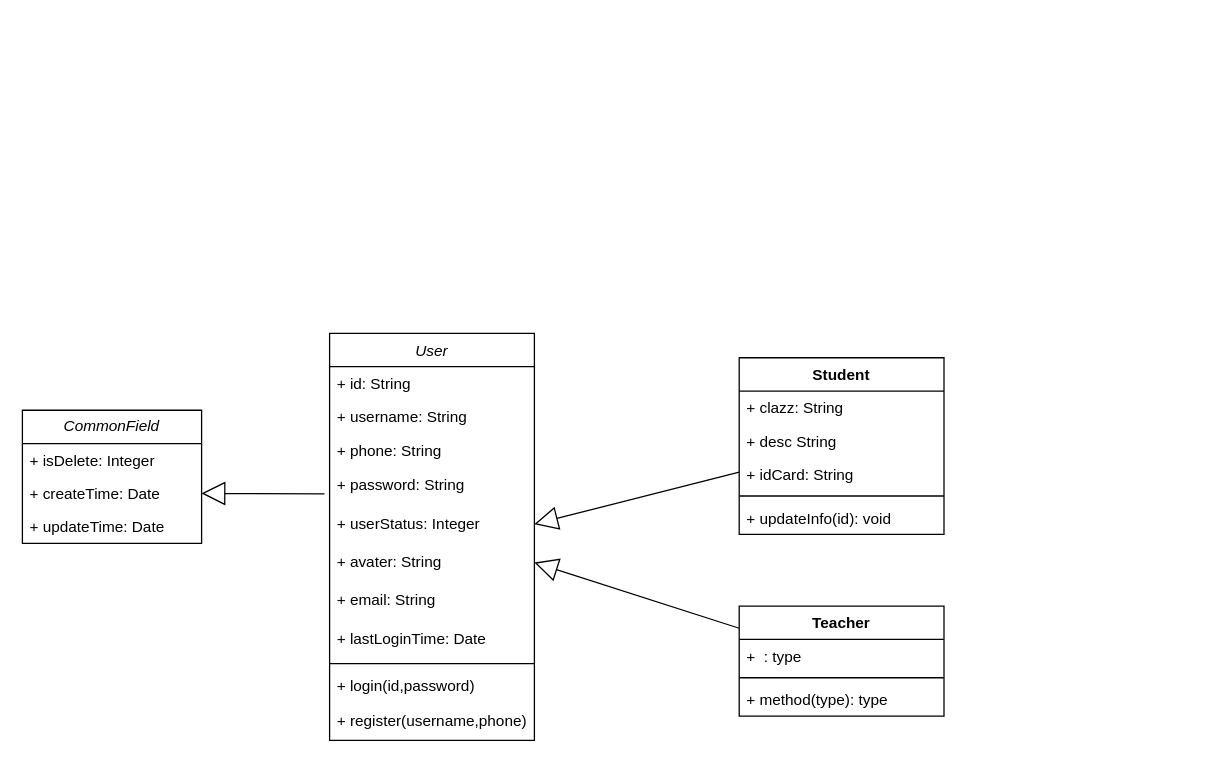
Above: 软工类图.drawio in Wishlove09/drawio (draw.io), before the change. Source tidied: cells renumbered, new cells numbered last; positions are measured from the earlier drawing's top-left corner, leaving out a move shared by most shapes. Both pictures are drawn from the tidied source at 128%, with x=0, y=0 at pixel (22, 333).
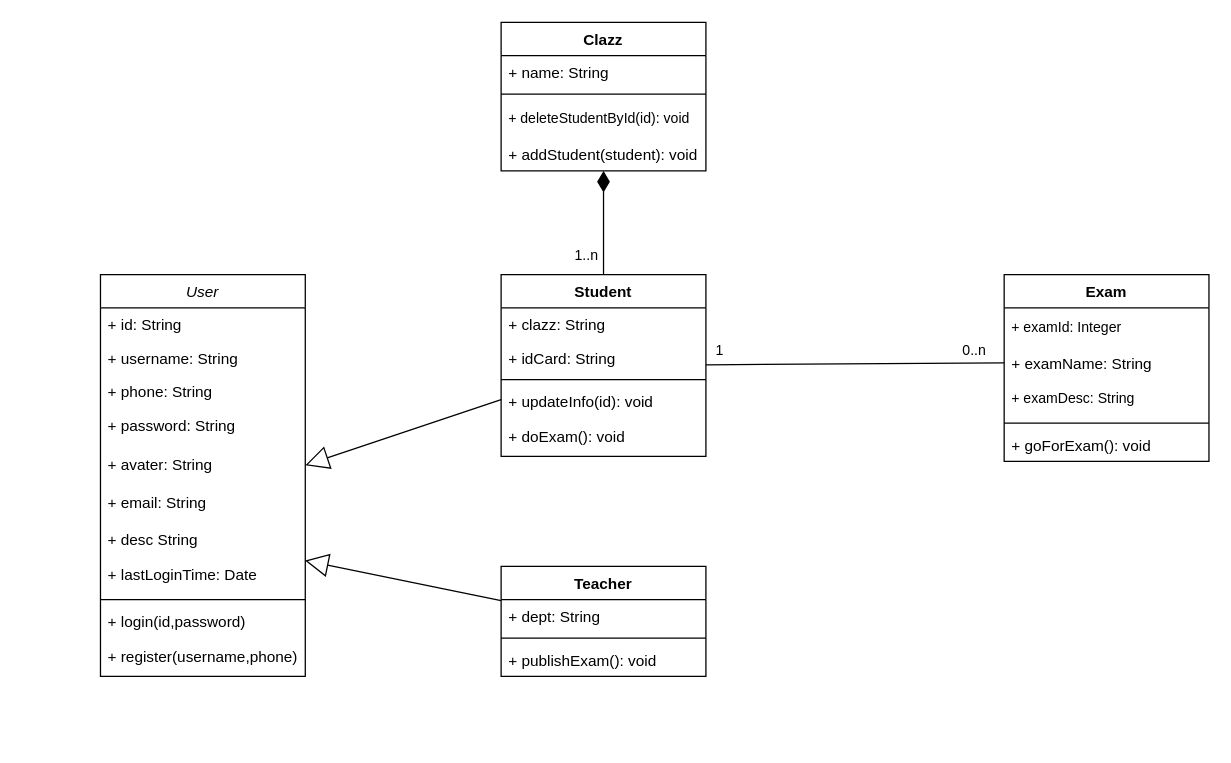
After the change.

Commit message (it also covers changes not shown here):
更新软工类图.drawio

The change refers to these unchanged cells:
```xml
<mxCell id="6" value="+ password: String" style="text;strokeColor=none;fillColor=none;align=left;verticalAlign=middle;spacingLeft=4;spacingRight=4;overflow=hidden;points=[[0,0.5],[1,0.5]];portConstraint=eastwest;whiteSpace=wrap;html=1;" parent="2" vertex="1">
  <mxGeometry y="104" width="160" height="30" as="geometry" />
</mxCell>
```

What changed in the source:
```diff
@@
     <mxCell id="2" value="User" style="swimlane;fontStyle=2;align=center;verticalAlign=top;horizontal=1;startSize=26;rounded=0;shadow=0;strokeWidth=1;" parent="1" vertex="1">
-      <mxGeometry x="240" width="160" height="318" as="geometry" />
+      <mxGeometry x="61" y="-46" width="160" height="314" as="geometry" />
     </mxCell>
@@
-    <mxCell id="7" value="+ userStatus: Integer" style="text;strokeColor=none;fillColor=none;align=left;verticalAlign=middle;spacingLeft=4;spacingRight=4;overflow=hidden;points=[[0,0.5],[1,0.5]];portConstraint=eastwest;whiteSpace=wrap;html=1;" parent="2" vertex="1">
-      <mxGeometry y="134" width="160" height="30" as="geometry" />
-    </mxCell>
     <mxCell id="8" value="+ avater: String" style="text;strokeColor=none;fillColor=none;align=left;verticalAlign=middle;spacingLeft=4;spacingRight=4;overflow=hidden;points=[[0,0.5],[1,0.5]];portConstraint=eastwest;whiteSpace=wrap;html=1;" parent="2" vertex="1">
-      <mxGeometry y="164" width="160" height="30" as="geometry" />
+      <mxGeometry y="134" width="160" height="30" as="geometry" />
     </mxCell>
     <mxCell id="9" value="+ email: String" style="text;strokeColor=none;fillColor=none;align=left;verticalAlign=middle;spacingLeft=4;spacingRight=4;overflow=hidden;whiteSpace=wrap;html=1;" parent="2" vertex="1">
-      <mxGeometry y="194" width="160" height="30" as="geometry" />
+      <mxGeometry y="164" width="160" height="30" as="geometry" />
     </mxCell>
+    <mxCell id="17" value="+ desc String" style="text;strokeColor=none;fillColor=none;align=left;verticalAlign=top;spacingLeft=4;spacingRight=4;overflow=hidden;whiteSpace=wrap;html=1;" parent="2" vertex="1">
+      <mxGeometry y="194" width="160" height="26" as="geometry" />
+    </mxCell>
     <mxCell id="10" value="+ lastLoginTime: Date" style="text;strokeColor=none;fillColor=none;align=left;verticalAlign=middle;spacingLeft=4;spacingRight=4;overflow=hidden;points=[[0,0.5],[1,0.5]];portConstraint=eastwest;whiteSpace=wrap;html=1;" parent="2" vertex="1">
-      <mxGeometry y="224" width="160" height="30" as="geometry" />
+      <mxGeometry y="220" width="160" height="30" as="geometry" />
     </mxCell>
     <mxCell id="11" style="line;html=1;strokeWidth=1;align=left;verticalAlign=middle;spacingTop=-1;spacingLeft=3;spacingRight=3;labelPosition=right;" parent="2" vertex="1">
-      <mxGeometry y="254" width="160" height="8" as="geometry" />
+      <mxGeometry y="250" width="160" height="8" as="geometry" />
     </mxCell>
     <mxCell id="12" value="+ login(id,password)" style="text;align=left;verticalAlign=top;spacingLeft=4;spacingRight=4;overflow=hidden;" parent="2" vertex="1">
-      <mxGeometry y="262" width="160" height="26" as="geometry" />
+      <mxGeometry y="258" width="160" height="26" as="geometry" />
     </mxCell>
     <mxCell id="13" value="+ register(username,phone)" style="text;strokeColor=none;fillColor=none;align=left;verticalAlign=middle;spacingLeft=4;spacingRight=4;overflow=hidden;whiteSpace=wrap;html=1;" parent="2" vertex="1">
-      <mxGeometry y="288" width="160" height="30" as="geometry" />
+      <mxGeometry y="284" width="160" height="30" as="geometry" />
     </mxCell>
-    <mxCell id="14" style="edgeStyle=none;shape=connector;rounded=0;jettySize=auto;html=1;entryX=1;entryY=0.5;entryDx=0;entryDy=0;labelBackgroundColor=default;strokeColor=default;align=center;verticalAlign=middle;fontFamily=Helvetica;fontSize=11;fontColor=default;endArrow=block;endFill=0;endSize=16;" parent="1" edge="1" source="15" target="7">
+    <mxCell id="14" style="edgeStyle=none;shape=connector;rounded=0;jettySize=auto;html=1;entryX=1;entryY=0.5;entryDx=0;entryDy=0;labelBackgroundColor=default;strokeColor=default;align=center;verticalAlign=middle;fontFamily=Helvetica;fontSize=11;fontColor=default;endArrow=block;endFill=0;endSize=16;" parent="1" edge="1" source="15" target="8">
       <mxGeometry relative="1" as="geometry" />
     </mxCell>
+    <mxCell id="31" style="edgeStyle=none;shape=connector;rounded=0;jettySize=auto;html=1;entryX=0;entryY=0.5;entryDx=0;entryDy=0;labelBackgroundColor=default;strokeColor=default;align=center;verticalAlign=middle;fontFamily=Helvetica;fontSize=11;fontColor=default;endArrow=none;endFill=0;" parent="1" edge="1" source="15" target="35">
+      <mxGeometry relative="1" as="geometry" />
+    </mxCell>
     <mxCell id="15" value="Student" style="swimlane;fontStyle=1;align=center;verticalAlign=top;horizontal=1;startSize=26;whiteSpace=wrap;html=1;" parent="1" vertex="1">
-      <mxGeometry x="560" y="19" width="160" height="138" as="geometry" />
+      <mxGeometry x="374" y="-46" width="160" height="142" as="geometry" />
     </mxCell>
@@
-    <mxCell id="17" value="+ desc String" style="text;strokeColor=none;fillColor=none;align=left;verticalAlign=top;spacingLeft=4;spacingRight=4;overflow=hidden;whiteSpace=wrap;html=1;" parent="15" vertex="1">
-      <mxGeometry y="52" width="160" height="26" as="geometry" />
-    </mxCell>
     <mxCell id="18" value="+ idCard: String" style="text;strokeColor=none;fillColor=none;align=left;verticalAlign=top;spacingLeft=4;spacingRight=4;overflow=hidden;whiteSpace=wrap;html=1;" parent="15" vertex="1">
-      <mxGeometry y="78" width="160" height="26" as="geometry" />
+      <mxGeometry y="52" width="160" height="26" as="geometry" />
     </mxCell>
     <mxCell id="19" style="line;strokeWidth=1;fillColor=none;align=left;verticalAlign=middle;spacingTop=-1;spacingLeft=3;spacingRight=3;labelPosition=right;strokeColor=inherit;" parent="15" vertex="1">
-      <mxGeometry y="104" width="160" height="8" as="geometry" />
+      <mxGeometry y="78" width="160" height="8" as="geometry" />
     </mxCell>
     <mxCell id="20" value="+ updateInfo(id): void" style="text;strokeColor=none;fillColor=none;align=left;verticalAlign=top;spacingLeft=4;spacingRight=4;overflow=hidden;whiteSpace=wrap;html=1;" parent="15" vertex="1">
-      <mxGeometry y="112" width="160" height="26" as="geometry" />
+      <mxGeometry y="86" width="160" height="26" as="geometry" />
     </mxCell>
+    <mxCell id="32" value="+ doExam(): void" style="text;strokeColor=none;fillColor=none;align=left;verticalAlign=middle;spacingLeft=4;spacingRight=4;overflow=hidden;whiteSpace=wrap;html=1;" parent="15" vertex="1">
+      <mxGeometry y="112" width="160" height="30" as="geometry" />
+    </mxCell>
-    <mxCell id="21" style="edgeStyle=none;shape=connector;rounded=0;jettySize=auto;html=1;entryX=1;entryY=0.5;entryDx=0;entryDy=0;labelBackgroundColor=default;strokeColor=default;align=center;verticalAlign=middle;fontFamily=Helvetica;fontSize=11;fontColor=default;endArrow=block;endFill=0;endSize=16;" parent="1" edge="1" source="22" target="8">
+    <mxCell id="21" style="edgeStyle=none;shape=connector;rounded=0;jettySize=auto;html=1;entryX=0.998;entryY=0.115;entryDx=0;entryDy=0;labelBackgroundColor=default;strokeColor=default;align=center;verticalAlign=middle;fontFamily=Helvetica;fontSize=11;fontColor=default;endArrow=block;endFill=0;endSize=16;entryPerimeter=0;" parent="1" edge="1" source="22" target="10">
       <mxGeometry relative="1" as="geometry" />
     </mxCell>
     <mxCell id="22" value="Teacher" style="swimlane;fontStyle=1;align=center;verticalAlign=top;horizontal=1;startSize=26;whiteSpace=wrap;html=1;" parent="1" vertex="1">
-      <mxGeometry x="560" y="213" width="160" height="86" as="geometry" />
+      <mxGeometry x="374" y="182" width="160" height="86" as="geometry" />
     </mxCell>
-    <mxCell id="23" value="+&amp;nbsp; : type" style="text;strokeColor=none;fillColor=none;align=left;verticalAlign=top;spacingLeft=4;spacingRight=4;overflow=hidden;whiteSpace=wrap;html=1;" parent="22" vertex="1">
+    <mxCell id="23" value="+ dept: String" style="text;strokeColor=none;fillColor=none;align=left;verticalAlign=top;spacingLeft=4;spacingRight=4;overflow=hidden;whiteSpace=wrap;html=1;" parent="22" vertex="1">
       <mxGeometry y="26" width="160" height="26" as="geometry" />
     </mxCell>
@@
-    <mxCell id="25" value="+ method(type): type" style="text;strokeColor=none;fillColor=none;align=left;verticalAlign=top;spacingLeft=4;spacingRight=4;overflow=hidden;whiteSpace=wrap;html=1;" parent="22" vertex="1">
+    <mxCell id="25" value="+ publishExam(): void" style="text;strokeColor=none;fillColor=none;align=left;verticalAlign=top;spacingLeft=4;spacingRight=4;overflow=hidden;whiteSpace=wrap;html=1;" parent="22" vertex="1">
       <mxGeometry y="60" width="160" height="26" as="geometry" />
     </mxCell>
-    <mxCell id="26" value="&lt;i&gt;CommonField&lt;/i&gt;" style="swimlane;fontStyle=0;horizontal=1;startSize=26;fillColor=none;whiteSpace=wrap;html=1;" parent="1" vertex="1">
-      <mxGeometry y="60" width="140" height="104" as="geometry" />
-    </mxCell>
-    <mxCell id="27" value="+ isDelete: Integer" style="text;strokeColor=none;fillColor=none;align=left;verticalAlign=top;spacingLeft=4;spacingRight=4;overflow=hidden;whiteSpace=wrap;html=1;" parent="26" vertex="1">
-      <mxGeometry y="26" width="140" height="26" as="geometry" />
-    </mxCell>
-    <mxCell id="28" value="+ createTime: Date" style="text;strokeColor=none;fillColor=none;align=left;verticalAlign=top;spacingLeft=4;spacingRight=4;overflow=hidden;points=[[0,0.5],[1,0.5]];portConstraint=eastwest;whiteSpace=wrap;html=1;" parent="26" vertex="1">
-      <mxGeometry y="52" width="140" height="26" as="geometry" />
-    </mxCell>
-    <mxCell id="29" value="+ updateTime: Date" style="text;strokeColor=none;fillColor=none;align=left;verticalAlign=top;spacingLeft=4;spacingRight=4;overflow=hidden;whiteSpace=wrap;html=1;" parent="26" vertex="1">
-      <mxGeometry y="78" width="140" height="26" as="geometry" />
-    </mxCell>
-    <mxCell id="30" style="endArrow=block;endSize=16;endFill=0;html=1;rounded=0;entryX=1;entryY=0.5;entryDx=0;entryDy=0;exitX=-0.025;exitY=0.713;exitDx=0;exitDy=0;exitPerimeter=0;" parent="1" edge="1" source="6" target="28">
-      <mxGeometry relative="1" as="geometry" />
-    </mxCell>
+    <mxCell id="33" value="Exam" style="swimlane;fontStyle=1;align=center;verticalAlign=top;horizontal=1;startSize=26;whiteSpace=wrap;html=1;" parent="1" vertex="1">
+      <mxGeometry x="767" y="-46" width="160" height="146" as="geometry" />
+    </mxCell>
+    <mxCell id="34" value="+ examId: Integer" style="text;strokeColor=none;fillColor=none;align=left;verticalAlign=middle;spacingLeft=4;spacingRight=4;overflow=hidden;whiteSpace=wrap;html=1;fontSize=11;fontFamily=Helvetica;fontColor=default;" parent="33" vertex="1">
+      <mxGeometry y="26" width="160" height="30" as="geometry" />
+    </mxCell>
+    <mxCell id="35" value="+ examName: String" style="text;strokeColor=none;fillColor=none;align=left;verticalAlign=top;spacingLeft=4;spacingRight=4;overflow=hidden;points=[[0,0.5],[1,0.5]];portConstraint=eastwest;whiteSpace=wrap;html=1;" parent="33" vertex="1">
+      <mxGeometry y="56" width="160" height="26" as="geometry" />
+    </mxCell>
+    <mxCell id="36" value="+ examDesc: String" style="text;strokeColor=none;fillColor=none;align=left;verticalAlign=middle;spacingLeft=4;spacingRight=4;overflow=hidden;whiteSpace=wrap;html=1;fontSize=11;fontFamily=Helvetica;fontColor=default;" parent="33" vertex="1">
+      <mxGeometry y="82" width="160" height="30" as="geometry" />
+    </mxCell>
+    <mxCell id="37" style="line;strokeWidth=1;fillColor=none;align=left;verticalAlign=middle;spacingTop=-1;spacingLeft=3;spacingRight=3;labelPosition=right;strokeColor=inherit;" parent="33" vertex="1">
+      <mxGeometry y="112" width="160" height="8" as="geometry" />
+    </mxCell>
+    <mxCell id="38" value="+ goForExam(): void" style="text;strokeColor=none;fillColor=none;align=left;verticalAlign=top;spacingLeft=4;spacingRight=4;overflow=hidden;whiteSpace=wrap;html=1;" parent="33" vertex="1">
+      <mxGeometry y="120" width="160" height="26" as="geometry" />
+    </mxCell>
+    <mxCell id="39" value="1" style="text;html=1;strokeColor=none;fillColor=none;align=center;verticalAlign=middle;whiteSpace=wrap;rounded=0;fontSize=11;fontFamily=Helvetica;fontColor=default;" parent="1" vertex="1">
+      <mxGeometry x="515" y="-2" width="60" height="30" as="geometry" />
+    </mxCell>
+    <mxCell id="40" value="0..n" style="text;html=1;strokeColor=none;fillColor=none;align=center;verticalAlign=middle;whiteSpace=wrap;rounded=0;fontSize=11;fontFamily=Helvetica;fontColor=default;" parent="1" vertex="1">
+      <mxGeometry x="714" y="-2" width="60" height="30" as="geometry" />
+    </mxCell>
+    <mxCell id="41" style="edgeStyle=orthogonalEdgeStyle;shape=connector;rounded=0;jettySize=auto;html=1;labelBackgroundColor=default;strokeColor=default;align=left;verticalAlign=bottom;fontFamily=Helvetica;fontSize=11;fontColor=default;startArrow=diamondThin;startFill=1;endArrow=none;startSize=14;endSize=12;endFill=0;" parent="1" edge="1" source="42" target="15">
+      <mxGeometry relative="1" as="geometry" />
+    </mxCell>
+    <mxCell id="42" value="Clazz" style="swimlane;fontStyle=1;align=center;verticalAlign=top;horizontal=1;startSize=26;whiteSpace=wrap;html=1;" parent="1" vertex="1">
+      <mxGeometry x="374" y="-243" width="160" height="116" as="geometry" />
+    </mxCell>
+    <mxCell id="43" value="+ name: String" style="text;strokeColor=none;fillColor=none;align=left;verticalAlign=top;spacingLeft=4;spacingRight=4;overflow=hidden;whiteSpace=wrap;html=1;" parent="42" vertex="1">
+      <mxGeometry y="26" width="160" height="26" as="geometry" />
+    </mxCell>
+    <mxCell id="44" style="line;strokeWidth=1;fillColor=none;align=left;verticalAlign=middle;spacingTop=-1;spacingLeft=3;spacingRight=3;labelPosition=right;strokeColor=inherit;" parent="42" vertex="1">
+      <mxGeometry y="52" width="160" height="8" as="geometry" />
+    </mxCell>
+    <mxCell id="45" value="+ deleteStudentById(id): void" style="text;strokeColor=none;fillColor=none;align=left;verticalAlign=middle;spacingLeft=4;spacingRight=4;overflow=hidden;whiteSpace=wrap;html=1;fontSize=11;fontFamily=Helvetica;fontColor=default;" parent="42" vertex="1">
+      <mxGeometry y="60" width="160" height="30" as="geometry" />
+    </mxCell>
+    <mxCell id="46" value="+ addStudent(student): void" style="text;strokeColor=none;fillColor=none;align=left;verticalAlign=top;spacingLeft=4;spacingRight=4;overflow=hidden;whiteSpace=wrap;html=1;" parent="42" vertex="1">
+      <mxGeometry y="90" width="160" height="26" as="geometry" />
+    </mxCell>
+    <mxCell id="47" value="1..n" style="text;html=1;strokeColor=none;fillColor=none;align=center;verticalAlign=middle;whiteSpace=wrap;rounded=0;fontSize=11;fontFamily=Helvetica;fontColor=default;" parent="1" vertex="1">
+      <mxGeometry x="411" y="-76" width="60" height="30" as="geometry" />
+    </mxCell>
```
